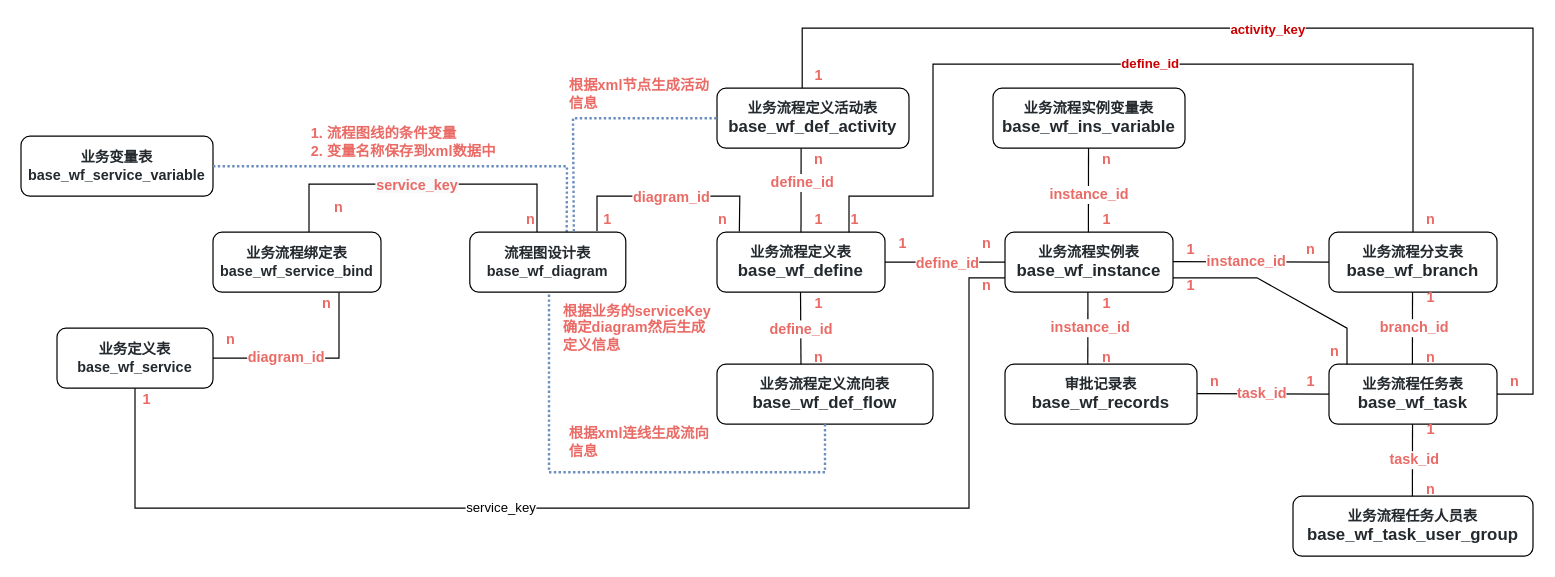
The draw.io diagram page "ER图" (5 of 5) of 工作流.drawio in wenbojob/drawio, before the edit. Source tidied: cells renumbered, new cells numbered last; positions are measured from the earlier drawing's top-left corner, leaving out a move shared by most shapes. Both pictures are drawn from the tidied source at 120%, with x=0, y=0 at pixel (20, 28).
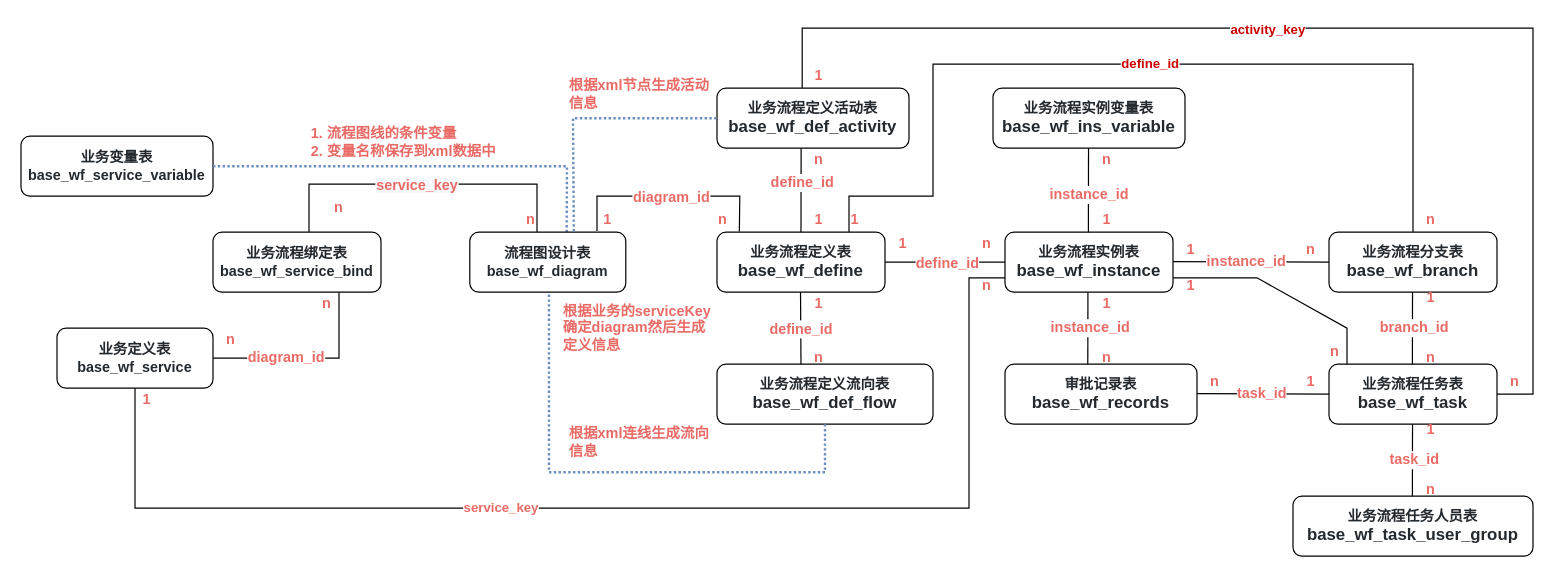
After the change.

Commit message:
更新工作流.drawio

The change refers to these unchanged cells:
```xml
<mxCell id="81" style="endArrow=none;html=1;rounded=0;entryX=0.5;entryY=1;entryDx=0;entryDy=0;" parent="1" edge="1" target="2">
  <mxGeometry relative="1" as="geometry">
    <mxPoint x="820" y="208" as="sourcePoint" />
    <Array as="points">
      <mxPoint x="790" y="208" />
      <mxPoint x="790" y="400" />
      <mxPoint x="95" y="400" />
    </Array>
  </mxGeometry>
</mxCell>
```

What changed in the source:
```diff
@@
-    <mxCell id="82" value="service_key" style="edgeLabel;html=1;align=center;verticalAlign=middle;" parent="81" vertex="1">
+    <mxCell id="82" value="&lt;b&gt;&lt;font color=&quot;#ea6b66&quot;&gt;service_key&lt;/font&gt;&lt;/b&gt;" style="edgeLabel;html=1;align=center;verticalAlign=middle;" parent="81" vertex="1">
       <mxGeometry x="0.3" y="-1" relative="1" as="geometry">
         <mxPoint x="49" as="offset" />
       </mxGeometry>
     </mxCell>
```
